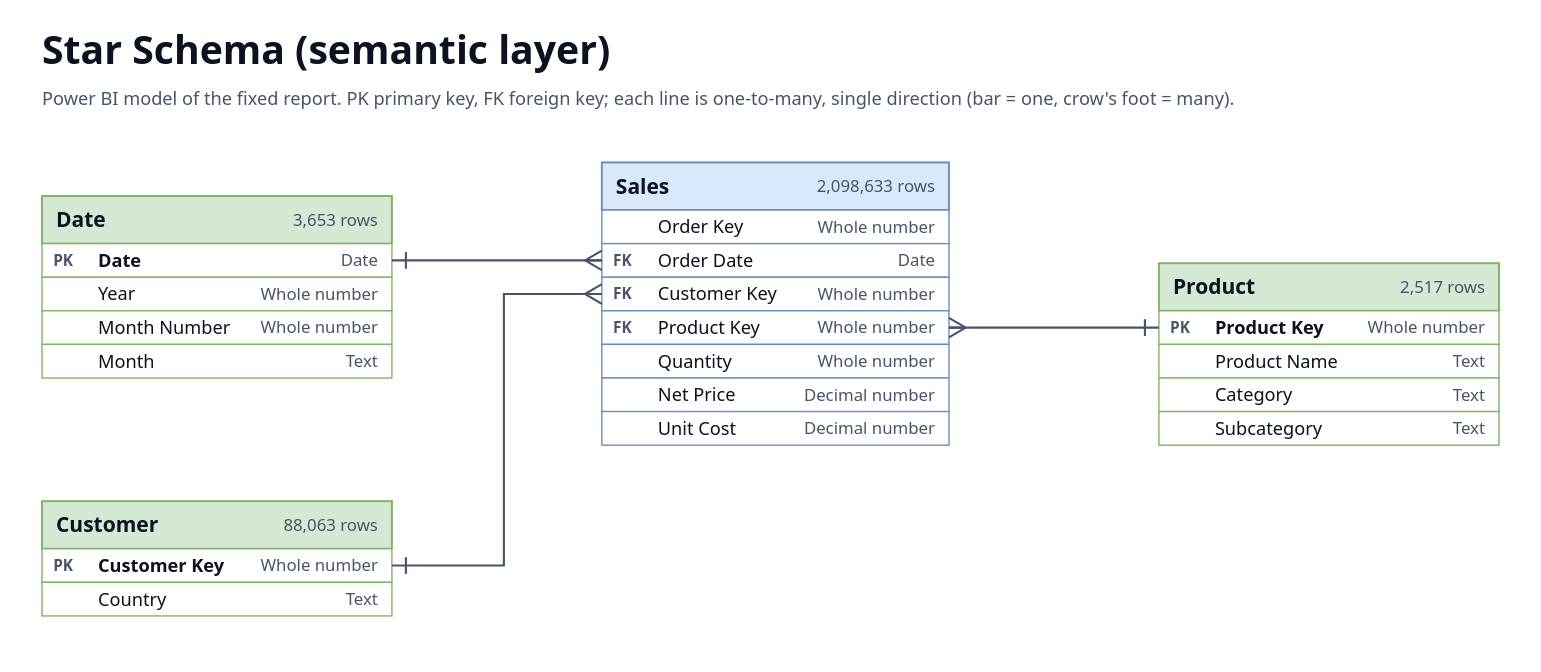
omarshalabyy1/powerbi-report-fix keeps this draw.io diagram as docs/star-schema.drawio.svg. Above is the earlier version. Source tidied: cells renumbered, new cells last; positions are measured from the earlier drawing's top-left corner, leaving out a move shared by most shapes.
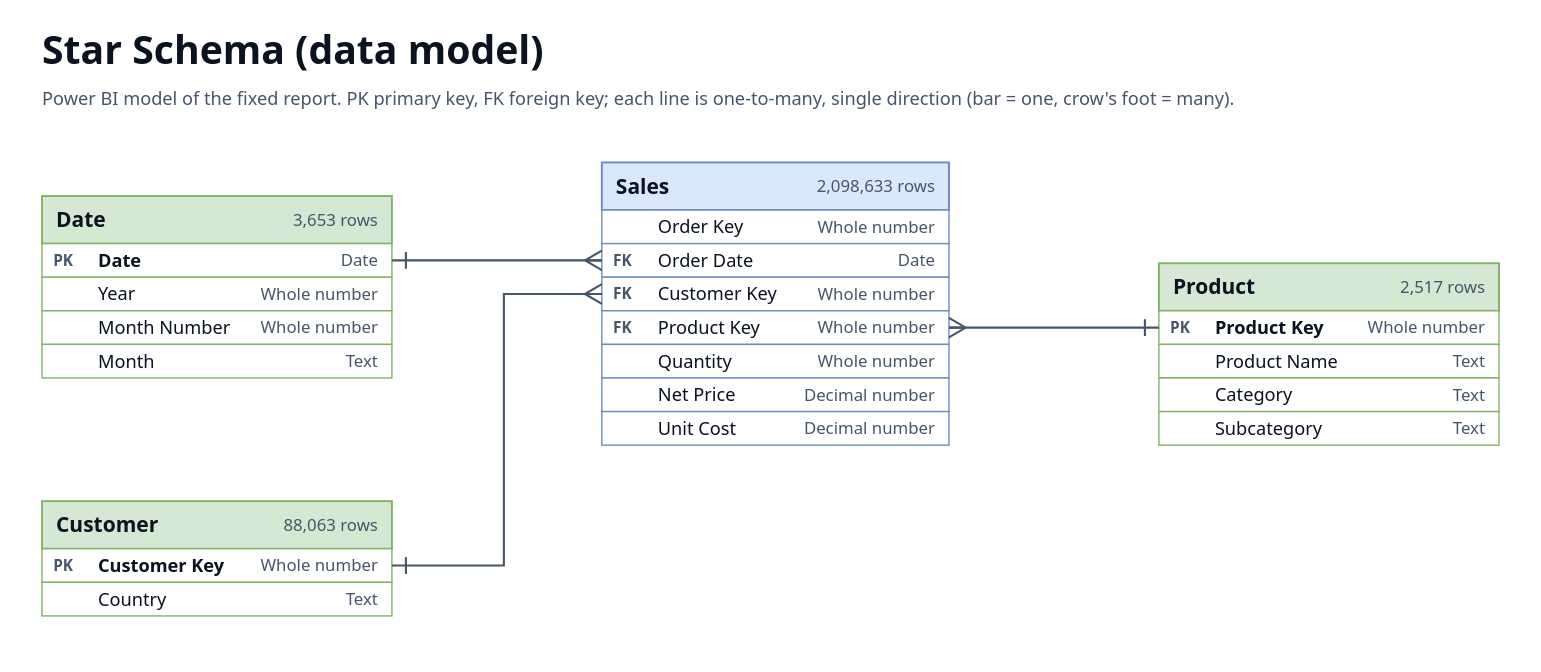
After the commit.

Commit message:
Diagrams as a Power BI flow, not warehouse layers: CSV files, notebook, Power Query, data model, DAX measures, report pages; README text to match

The edit, as a diff of the source:
```diff
@@ -2,7 +2,7 @@
   <root>
     <mxCell id="0" />
     <mxCell id="1" parent="0" />
-    <mxCell id="2" value="&lt;font style=&quot;font-size:28px&quot; color=&quot;#0B1220&quot;&gt;&lt;b&gt;Star Schema (semantic layer)&lt;/b&gt;&lt;/font&gt;" style="text;html=1;whiteSpace=nowrap;fontFamily=Segoe UI;align=left;verticalAlign=top;spacing=0;fillColor=none;strokeColor=none;strokeWidth=1.2;" parent="1" vertex="1">
+    <mxCell id="2" value="&lt;font style=&quot;font-size:28px&quot; color=&quot;#0B1220&quot;&gt;&lt;b&gt;Star Schema (data model)&lt;/b&gt;&lt;/font&gt;" style="text;html=1;whiteSpace=nowrap;fontFamily=Segoe UI;align=left;verticalAlign=top;spacing=0;fillColor=none;strokeColor=none;strokeWidth=1.2;" parent="1" vertex="1">
       <mxGeometry width="1041" height="40" as="geometry" />
     </mxCell>
     <mxCell id="3" value="&lt;font style=&quot;font-size:13px&quot; color=&quot;#475569&quot;&gt;Power BI model of the fixed report. PK primary key, FK foreign key; each line is one-to-many, single direction (bar = one, crow&amp;#x27;s foot = many).&lt;/font&gt;" style="text;html=1;whiteSpace=nowrap;fontFamily=Segoe UI;align=left;verticalAlign=top;spacing=0;fillColor=none;strokeColor=none;strokeWidth=1.2;" parent="1" vertex="1">
```
